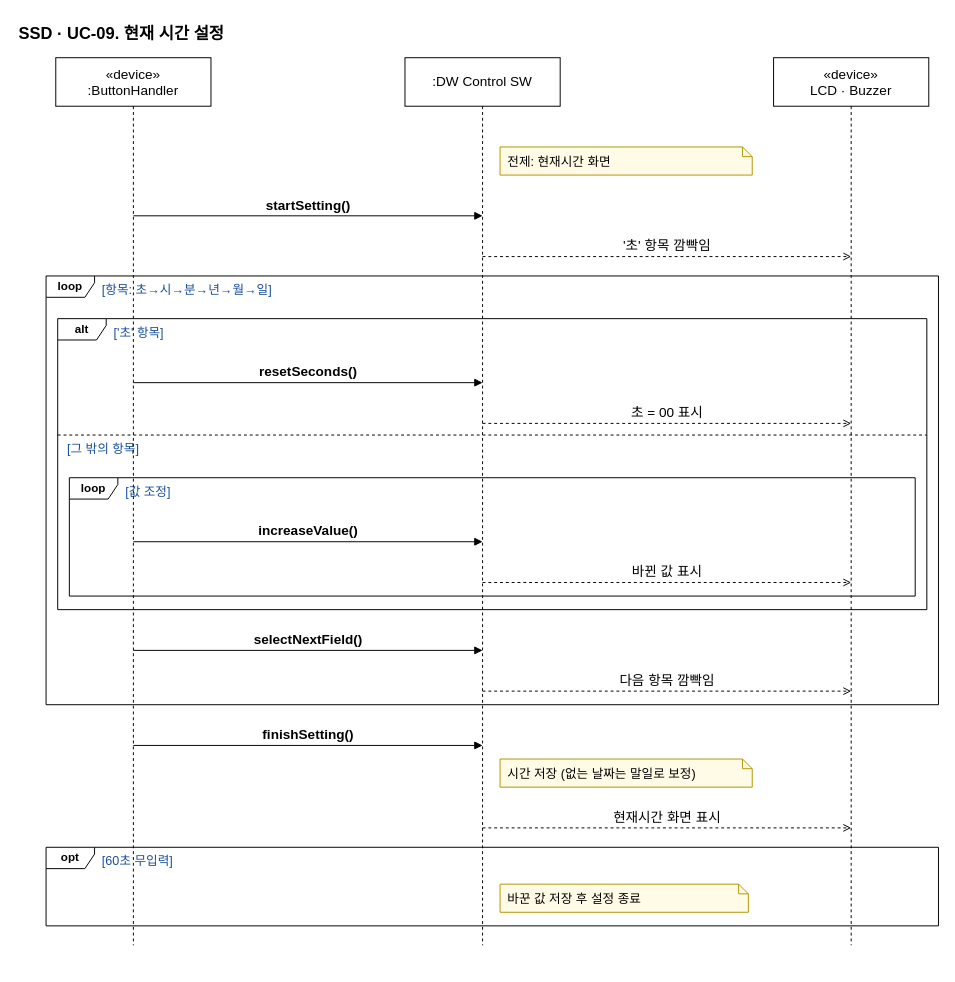
Above: page "UC-09" (3 of 12) of docs/OOAD/practice/ssd/DigitalWatch_SSD.drawio in sspring2048/AssoArch (draw.io), before the change. Source tidied: cells renumbered, new cells numbered last; positions are measured from the earlier drawing's top-left corner, leaving out a move shared by most shapes. Both pictures are drawn from the tidied source at 97%, with x=0, y=0 at pixel (16, 16).
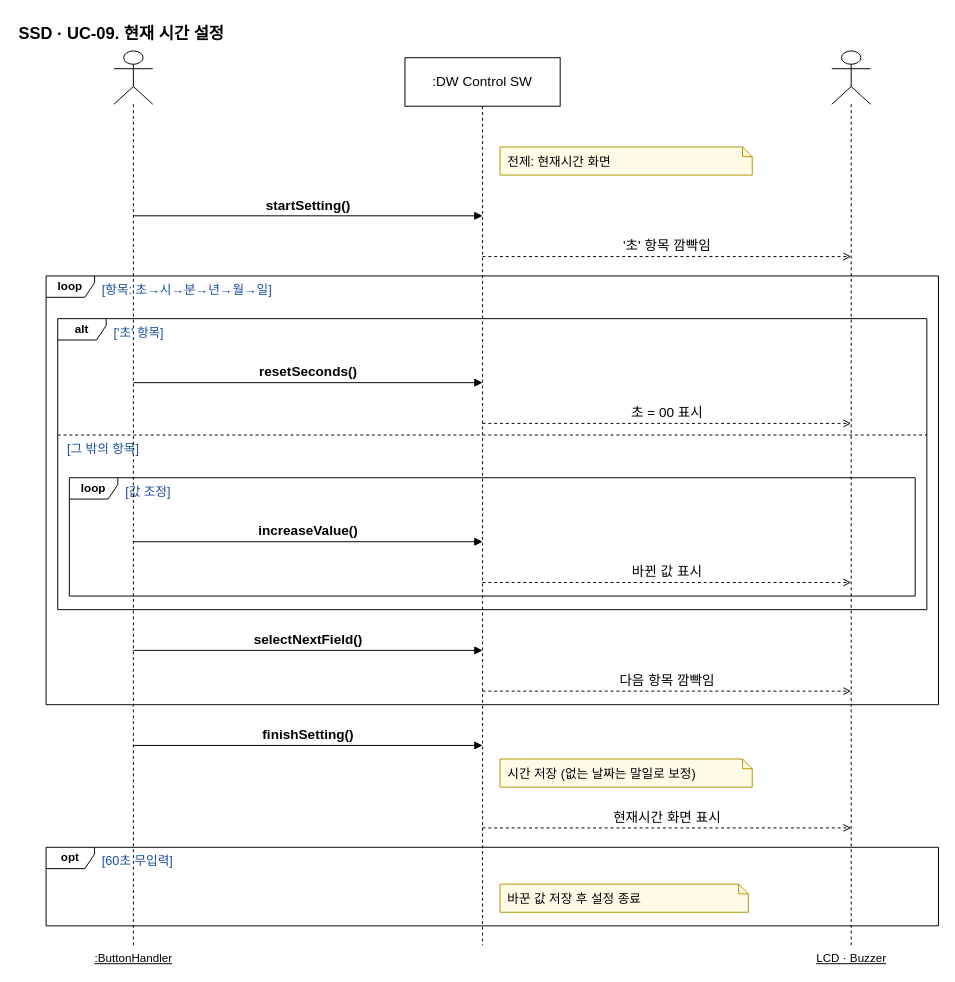
Above is the later version.

Change to the diagram source:
```diff
@@
-    <mxCell id="13" value="«device»&lt;br&gt;:ButtonHandler" style="shape=umlLifeline;perimeter=lifelinePerimeter;whiteSpace=wrap;html=1;size=50;fontSize=14;" parent="1" vertex="1">
-      <mxGeometry x="40" y="42" width="160" height="915" as="geometry" />
+    <mxCell id="13" value=":ButtonHandler" style="shape=umlLifeline;participant=umlActor;perimeter=lifelinePerimeter;html=1;size=55;verticalLabelPosition=bottom;verticalAlign=top;fontStyle=4;" parent="1" vertex="1">
+      <mxGeometry x="100" y="35" width="40" height="922" as="geometry" />
     </mxCell>
@@
-    <mxCell id="15" value="«device»&lt;br&gt;LCD · Buzzer" style="shape=umlLifeline;perimeter=lifelinePerimeter;whiteSpace=wrap;html=1;size=50;fontSize=14;" parent="1" vertex="1">
-      <mxGeometry x="780" y="42" width="160" height="915" as="geometry" />
+    <mxCell id="15" value="LCD · Buzzer" style="shape=umlLifeline;participant=umlActor;perimeter=lifelinePerimeter;html=1;size=55;verticalLabelPosition=bottom;verticalAlign=top;fontStyle=4;" parent="1" vertex="1">
+      <mxGeometry x="840" y="35" width="40" height="922" as="geometry" />
     </mxCell>
```
